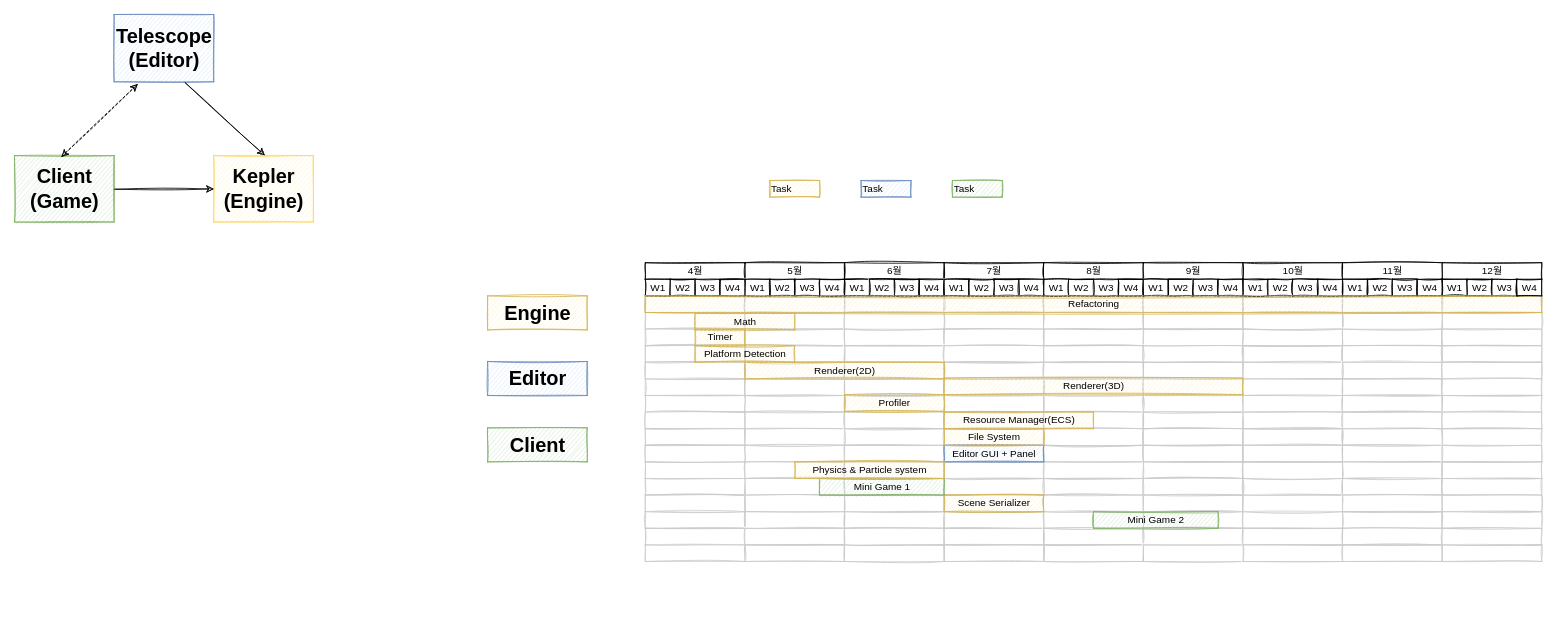
Above: Documents/프로젝트구조-및-일정-임시.drawio in Hamsik2rang/Kepler (draw.io), before the change. Source tidied: cells renumbered, new cells numbered last; positions are measured from the earlier drawing's top-left corner, leaving out a move shared by most shapes. Both pictures are drawn from the tidied source at 83%, with x=0, y=0 at pixel (14, 14).
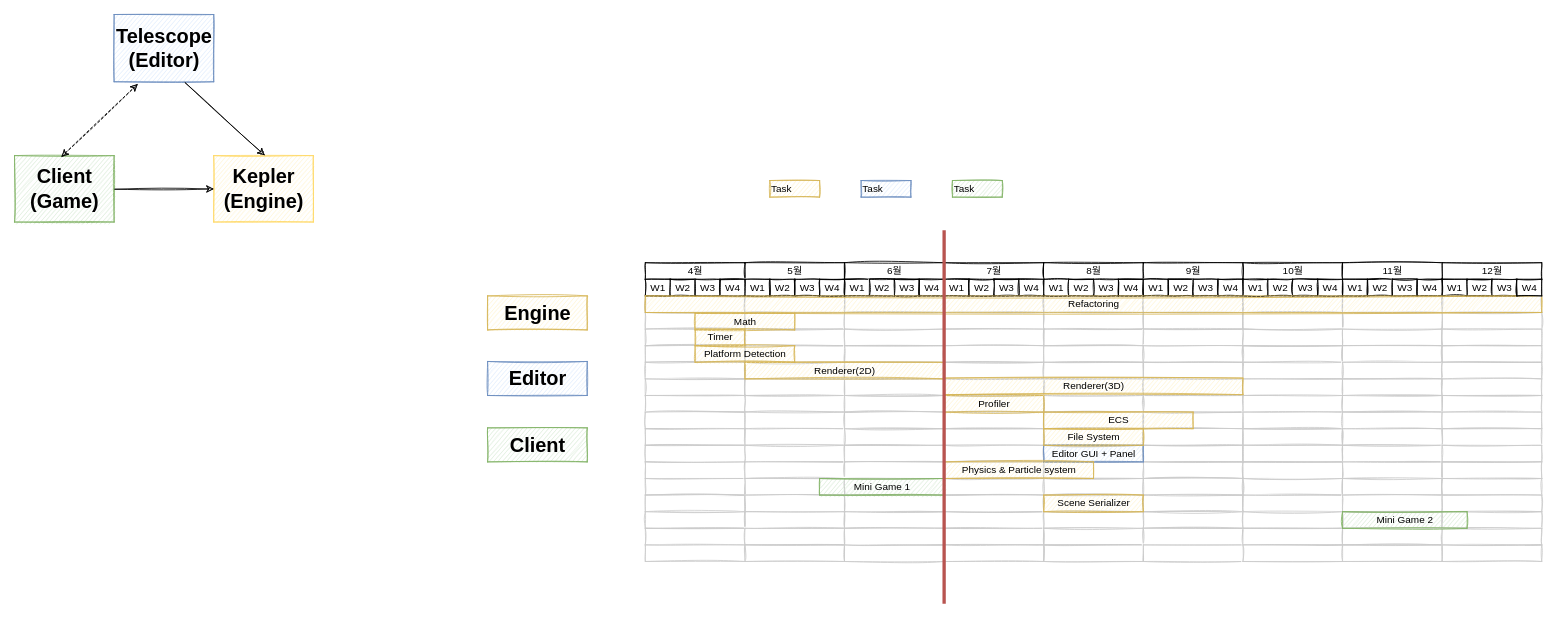
The same diagram, later.

Change to the diagram source:
```diff
@@
     <mxCell id="207" value="Profiler" style="align=center;strokeColor=#d6b656;html=1;fillColor=#fff2cc;sketch=1;" parent="1" vertex="1">
-      <mxGeometry x="1000" y="458" width="120" height="20" as="geometry" />
+      <mxGeometry x="1120" y="459" width="120" height="20" as="geometry" />
     </mxCell>
-    <mxCell id="208" value="Resource Manager(ECS)" style="align=center;strokeColor=#d6b656;html=1;fillColor=#fff2cc;sketch=1;" parent="1" vertex="1">
-      <mxGeometry x="1120" y="479" width="180" height="20" as="geometry" />
+    <mxCell id="208" value="ECS" style="align=center;strokeColor=#d6b656;html=1;fillColor=#fff2cc;sketch=1;" parent="1" vertex="1">
+      <mxGeometry x="1240" y="479" width="180" height="20" as="geometry" />
     </mxCell>
@@
     <mxCell id="210" value="Editor GUI + Panel" style="align=center;strokeColor=#6c8ebf;html=1;fillColor=#dae8fc;sketch=1;" parent="1" vertex="1">
-      <mxGeometry x="1120" y="519" width="120" height="20" as="geometry" />
+      <mxGeometry x="1240" y="519" width="120" height="20" as="geometry" />
     </mxCell>
     <mxCell id="211" value="Scene Serializer" style="align=center;strokeColor=#d6b656;html=1;fillColor=#fff2cc;sketch=1;" parent="1" vertex="1">
-      <mxGeometry x="1120" y="579" width="120" height="20" as="geometry" />
+      <mxGeometry x="1240" y="579" width="120" height="20" as="geometry" />
     </mxCell>
@@
     <mxCell id="213" value="File System" style="align=center;strokeColor=#d6b656;html=1;fillColor=#fff2cc;sketch=1;" parent="1" vertex="1">
-      <mxGeometry x="1120" y="499" width="120" height="20" as="geometry" />
+      <mxGeometry x="1240" y="499" width="120" height="20" as="geometry" />
     </mxCell>
@@
     <mxCell id="215" value="Mini Game 2" style="align=center;strokeColor=#82b366;html=1;fillColor=#d5e8d4;sketch=1;" parent="1" vertex="1">
-      <mxGeometry x="1300" y="599" width="150" height="20" as="geometry" />
+      <mxGeometry x="1600" y="599" width="150" height="20" as="geometry" />
     </mxCell>
     <mxCell id="216" value="Physics &amp;amp; Particle system" style="align=center;strokeColor=#d6b656;html=1;fillColor=#fff2cc;sketch=1;" parent="1" vertex="1">
-      <mxGeometry x="940" y="539" width="180" height="20" as="geometry" />
+      <mxGeometry x="1120" y="539" width="180" height="20" as="geometry" />
     </mxCell>
+    <mxCell id="217" style="endArrow=none;html=1;rounded=0;fillColor=#f8cecc;strokeColor=#b85450;strokeWidth=4;" parent="1" edge="1">
+      <mxGeometry relative="1" as="geometry">
+        <mxPoint x="1120" y="710" as="sourcePoint" />
+        <mxPoint x="1120" y="260" as="targetPoint" />
+      </mxGeometry>
+    </mxCell>
```
